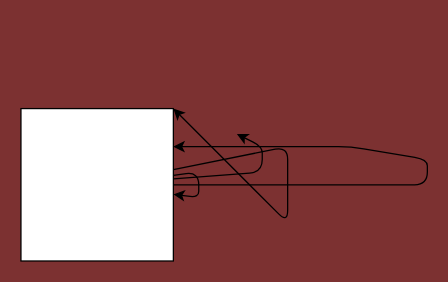
The draw.io diagram src/pages/.drawio in abdulazizsaidovcode/tunikafon-next, before the edit. Source tidied: cells renumbered, new cells numbered last; positions are measured from the earlier drawing's top-left corner, leaving out a move shared by most shapes. Both pictures are drawn from the tidied source at 127%, with x=0, y=0 at pixel (20, 108).
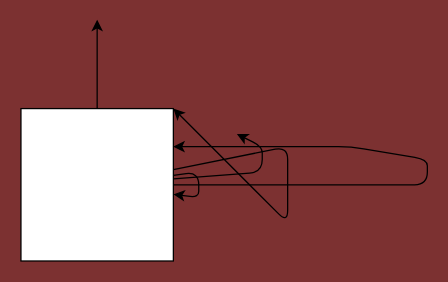
After the change.

The edit, as a diff of the source:
```diff
@@
 <mxGraphModel background="#7c3131">
   <root>
     <mxCell id="0" />
     <mxCell id="1" parent="0" />
     <mxCell id="2" style="edgeStyle=none;html=1;" parent="1" edge="1" source="6" target="6">
       <mxGeometry relative="1" as="geometry" />
     </mxCell>
     <mxCell id="3" style="edgeStyle=none;html=1;" parent="1" edge="1" source="6">
       <mxGeometry relative="1" as="geometry">
         <mxPoint x="170" y="20" as="targetPoint" />
         <Array as="points">
           <mxPoint x="190" y="50" />
           <mxPoint x="190" y="30" />
         </Array>
       </mxGeometry>
     </mxCell>
     <mxCell id="4" style="edgeStyle=none;html=1;entryX=1;entryY=0.25;entryDx=0;entryDy=0;" parent="1" edge="1" source="6" target="6">
       <mxGeometry relative="1" as="geometry">
         <Array as="points">
           <mxPoint x="320" y="60" />
           <mxPoint x="320" y="40" />
           <mxPoint x="260" y="30" />
         </Array>
       </mxGeometry>
     </mxCell>
     <mxCell id="5" style="edgeStyle=none;html=1;entryX=1;entryY=0;entryDx=0;entryDy=0;" parent="1" edge="1" source="6" target="6">
       <mxGeometry relative="1" as="geometry">
         <Array as="points">
           <mxPoint x="210" y="30" />
         </Array>
       </mxGeometry>
     </mxCell>
+    <mxCell id="7" style="edgeStyle=none;html=1;" parent="1" edge="1" source="6">
+      <mxGeometry relative="1" as="geometry">
+        <mxPoint x="60" y="-70" as="targetPoint" />
+      </mxGeometry>
+    </mxCell>
     <mxCell id="6" style="whiteSpace=wrap;html=1;" parent="1" vertex="1">
       <mxGeometry width="120" height="120" as="geometry" />
     </mxCell>
   </root>
 </mxGraphModel>
```
